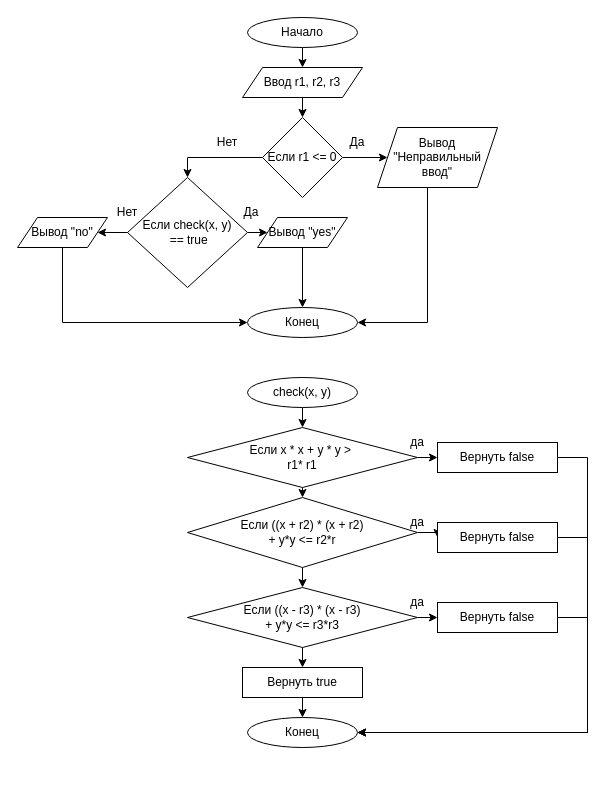
Before: Algo_dann_2_curs/Диаграмма без названия.drawio in Idontlikeni/Uni_docs, a draw.io diagram. Source tidied: cells renumbered, new cells numbered last; positions are measured from the earlier drawing's top-left corner, leaving out a move shared by most shapes. Both pictures are drawn from the tidied source at 100%, with x=0, y=0 at pixel (17, 17).
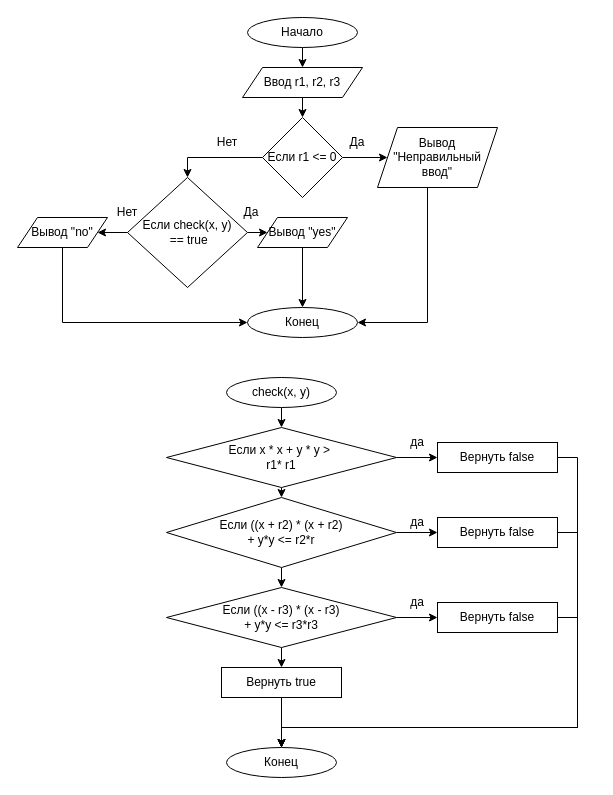
After the change.

Commit message:
Func diogram changes

The change refers to these unchanged cells:
```xml
<mxCell id="30" value="Вернуть false" style="rounded=0;whiteSpace=wrap;html=1;" parent="1" vertex="1">
  <mxGeometry x="420" y="425" width="120" height="30" as="geometry" />
</mxCell>
<mxCell id="43" value="Вернуть false" style="rounded=0;whiteSpace=wrap;html=1;" parent="1" vertex="1">
  <mxGeometry x="420" y="585" width="120" height="30" as="geometry" />
</mxCell>
```

Change to the diagram source:
```diff
@@
     <mxCell id="24" value="check(x, y)" style="ellipse;whiteSpace=wrap;html=1;" parent="1" vertex="1">
-      <mxGeometry x="230" y="360" width="110" height="30" as="geometry" />
+      <mxGeometry x="209" y="360" width="110" height="30" as="geometry" />
     </mxCell>
     <mxCell id="25" value="Конец" style="ellipse;whiteSpace=wrap;html=1;" parent="1" vertex="1">
-      <mxGeometry x="230" y="700" width="110" height="30" as="geometry" />
+      <mxGeometry x="209" y="730" width="110" height="30" as="geometry" />
     </mxCell>
@@
     <mxCell id="28" value="&lt;font style=&quot;font-size: 12px;&quot;&gt;Если&amp;nbsp;&lt;span style=&quot;&quot; lang=&quot;EN-US&quot;&gt;x * x + y * y &amp;gt;&amp;nbsp;&lt;/span&gt;&lt;/font&gt;&lt;div&gt;&lt;span style=&quot;&quot; lang=&quot;EN-US&quot;&gt;&lt;font style=&quot;font-size: 12px;&quot;&gt;r1* r1&lt;/font&gt;&lt;/span&gt;&lt;/div&gt;" style="rhombus;whiteSpace=wrap;html=1;" parent="1" vertex="1">
-      <mxGeometry x="170" y="410" width="230" height="60" as="geometry" />
+      <mxGeometry x="149" y="410" width="230" height="60" as="geometry" />
     </mxCell>
-    <mxCell id="29" style="edgeStyle=orthogonalEdgeStyle;rounded=0;jettySize=auto;html=1;entryX=1;entryY=0.5;entryDx=0;entryDy=0;" parent="1" edge="1" source="30" target="25">
+    <mxCell id="29" style="edgeStyle=orthogonalEdgeStyle;rounded=0;jettySize=auto;html=1;exitX=1;exitY=0.5;exitDx=0;exitDy=0;entryX=0.5;entryY=0;entryDx=0;entryDy=0;" parent="1" edge="1" source="30" target="25">
       <mxGeometry relative="1" as="geometry">
         <Array as="points">
-          <mxPoint x="570" y="440" />
-          <mxPoint x="570" y="715" />
+          <mxPoint x="560" y="440" />
+          <mxPoint x="560" y="710" />
+          <mxPoint x="264" y="710" />
         </Array>
       </mxGeometry>
     </mxCell>
@@
     <mxCell id="34" value="Если&amp;nbsp;&lt;span style=&quot;&quot; lang=&quot;EN-US&quot;&gt;((x + r2) * (x + r2)&lt;br&gt;+ y*y &amp;lt;= r2*r&lt;/span&gt;" style="rhombus;whiteSpace=wrap;html=1;" parent="1" vertex="1">
-      <mxGeometry x="170" y="480" width="230" height="70" as="geometry" />
+      <mxGeometry x="149" y="480" width="230" height="70" as="geometry" />
     </mxCell>
@@
     <mxCell id="37" value="&lt;span style=&quot;&quot; lang=&quot;EN-US&quot;&gt;Если ((x - r3) * (x - r3)&lt;br&gt;+ y*y &amp;lt;= r3*r3&lt;/span&gt;" style="rhombus;whiteSpace=wrap;html=1;" parent="1" vertex="1">
-      <mxGeometry x="170" y="570" width="230" height="60" as="geometry" />
+      <mxGeometry x="149" y="570" width="230" height="60" as="geometry" />
     </mxCell>
@@
     <mxCell id="39" value="Вернуть true" style="rounded=0;whiteSpace=wrap;html=1;" parent="1" vertex="1">
-      <mxGeometry x="225" y="650" width="120" height="30" as="geometry" />
+      <mxGeometry x="204" y="650" width="120" height="30" as="geometry" />
     </mxCell>
-    <mxCell id="40" style="edgeStyle=orthogonalEdgeStyle;rounded=0;jettySize=auto;html=1;exitX=1;exitY=0.5;exitDx=0;exitDy=0;entryX=1;entryY=0.5;entryDx=0;entryDy=0;" parent="1" edge="1" source="41" target="25">
+    <mxCell id="40" style="edgeStyle=orthogonalEdgeStyle;rounded=0;jettySize=auto;html=1;exitX=1;exitY=0.5;exitDx=0;exitDy=0;entryX=0.5;entryY=0;entryDx=0;entryDy=0;" parent="1" edge="1" source="41" target="25">
       <mxGeometry relative="1" as="geometry">
         <Array as="points">
-          <mxPoint x="570" y="520" />
-          <mxPoint x="570" y="715" />
+          <mxPoint x="560" y="515" />
+          <mxPoint x="560" y="710" />
+          <mxPoint x="264" y="710" />
         </Array>
       </mxGeometry>
     </mxCell>
     <mxCell id="41" value="Вернуть false" style="rounded=0;whiteSpace=wrap;html=1;" parent="1" vertex="1">
-      <mxGeometry x="420" y="505" width="120" height="30" as="geometry" />
+      <mxGeometry x="420" y="500" width="120" height="30" as="geometry" />
     </mxCell>
-    <mxCell id="42" style="edgeStyle=orthogonalEdgeStyle;rounded=0;jettySize=auto;html=1;entryX=1;entryY=0.5;entryDx=0;entryDy=0;" parent="1" edge="1" source="43" target="25">
+    <mxCell id="42" style="edgeStyle=orthogonalEdgeStyle;rounded=0;jettySize=auto;html=1;exitX=1;exitY=0.5;exitDx=0;exitDy=0;entryX=0.5;entryY=0;entryDx=0;entryDy=0;" parent="1" edge="1" source="43" target="25">
       <mxGeometry relative="1" as="geometry">
         <Array as="points">
-          <mxPoint x="570" y="600" />
-          <mxPoint x="570" y="715" />
+          <mxPoint x="560" y="600" />
+          <mxPoint x="560" y="710" />
+          <mxPoint x="264" y="710" />
         </Array>
       </mxGeometry>
     </mxCell>
```
